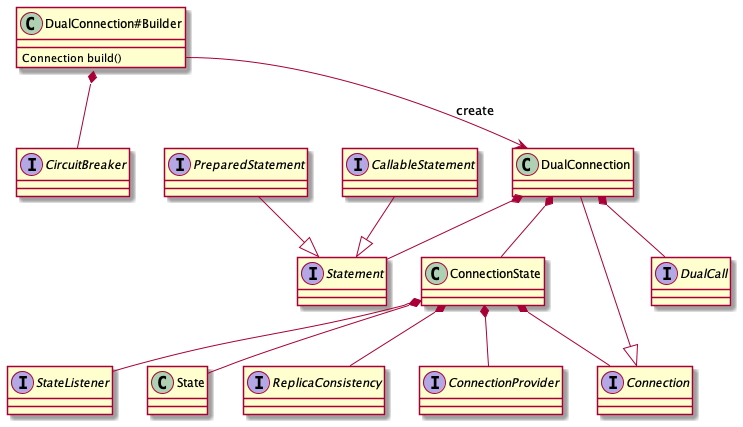
atlassian-labs/db-replica keeps this PlantUML diagram as docs/classes-overview.png. Above is the earlier version. Source of this version:
```plantuml
@startuml
class "DualConnection#Builder" as builder
builder :  Connection build()

class DualConnection
interface ReplicaConsistency
interface ConnectionProvider
interface DualCall
interface StateListener
interface CircuitBreaker
class ConnectionState
class State

interface Statement
interface PreparedStatement
interface CallableStatement
interface Connection


builder::build --> DualConnection : create


DualConnection --|> Connection
PreparedStatement --|> Statement
CallableStatement --|> Statement


ConnectionState *-- ReplicaConsistency
ConnectionState *-- ConnectionProvider
ConnectionState *-- StateListener
ConnectionState *-- Connection
ConnectionState *-- State

DualConnection *-- DualCall
DualConnection *-- Statement
builder *-- CircuitBreaker
DualConnection *-- ConnectionState




@enduml
```
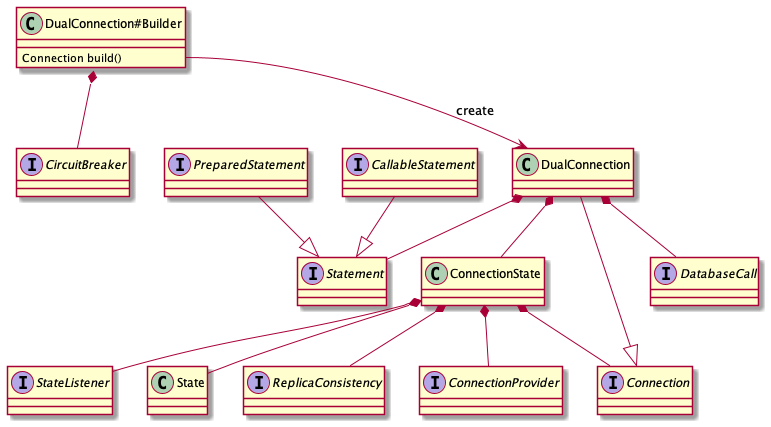
Later version of the same file.

Diff of the diagram source:
```diff
@@ -5,7 +5,7 @@
 class DualConnection
 interface ReplicaConsistency
 interface ConnectionProvider
-interface DualCall
+interface DatabaseCall
 interface StateListener
 interface CircuitBreaker
 class ConnectionState
@@ -31,7 +31,7 @@
 ConnectionState *-- Connection
 ConnectionState *-- State
 
-DualConnection *-- DualCall
+DualConnection *-- DatabaseCall
 DualConnection *-- Statement
 builder *-- CircuitBreaker
 DualConnection *-- ConnectionState
```
